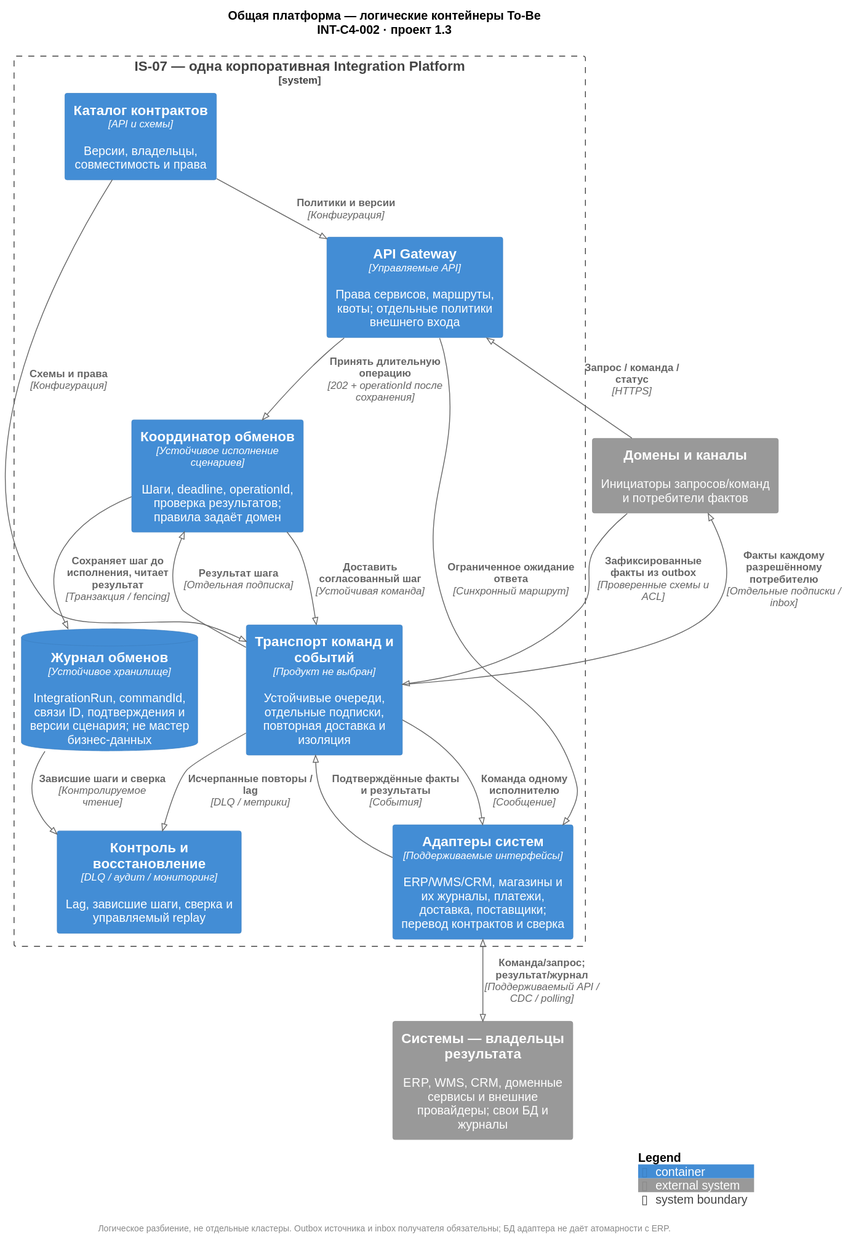
Earlier version of the PlantUML export 06_integration_architecture/diagrams/INT-C4-002-platform.svg (rsingatulin/hse_architecture).
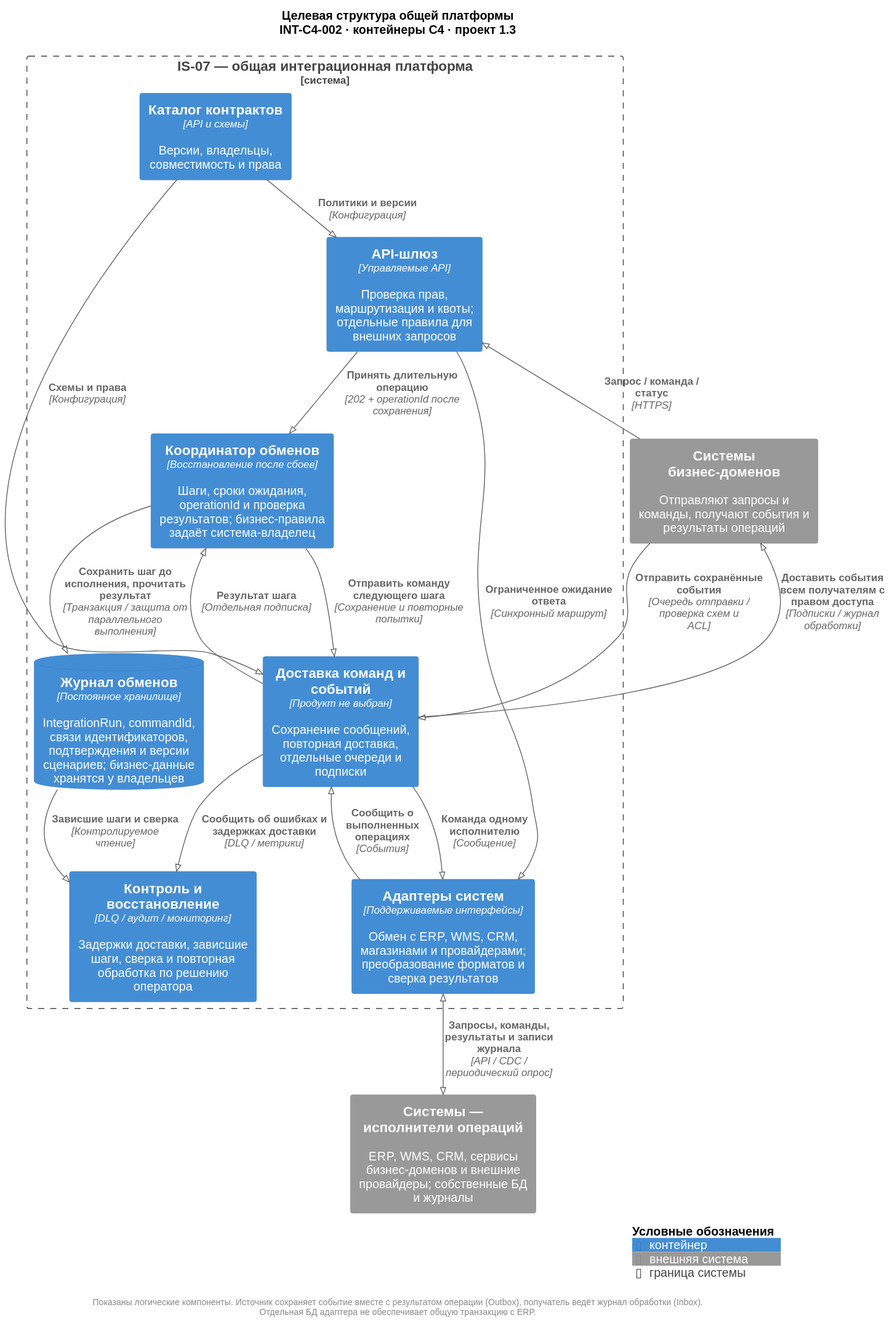
Later version of the same file.

What changed in the source:
```diff
@@ -1,36 +1,51 @@
 @startuml
 !pragma layout smetana
+!$LEGEND_TITLE_TEXT = "Условные обозначения"
+!$PERSON_LEGEND_TEXT = "пользователь"
+!$EXTERNAL_PERSON_LEGEND_TEXT = "внешний пользователь"
+!$SYSTEM_LEGEND_TEXT = "система"
+!$EXTERNAL_SYSTEM_LEGEND_TEXT = "внешняя система"
+!$SYSTEM_BOUNDARY_TYPE = "система"
+!$SYSTEM_BOUNDARY_LEGEND_TEXT = "граница системы"
+!$CONTAINER_LEGEND_TEXT = "контейнер"
+!$EXTERNAL_CONTAINER_LEGEND_TEXT = "внешний контейнер"
+!$CONTAINER_BOUNDARY_TYPE = "контейнер"
+!$CONTAINER_BOUNDARY_LEGEND_TEXT = "граница контейнера"
+!$LEGEND_BOUNDARY_DASHED_INCL_COMA = "пунктир, "
 !include <C4/C4_Container>
 LAYOUT_TOP_DOWN()
 skinparam defaultFontName Arial
 skinparam backgroundColor white
-title Общая платформа — логические контейнеры To-Be\nINT-C4-002 · проект 1.3
-System_Ext(caller, "Домены и каналы", "Инициаторы запросов/команд и потребители фактов")
-System_Boundary(ip, "IS-07 — одна корпоративная Integration Platform") {
- Container(gw, "API Gateway", "Управляемые API", "Права сервисов, маршруты, квоты; отдельные политики внешнего входа")
- Container(flow, "Координатор обменов", "Устойчивое исполнение сценариев", "Шаги, deadline, operationId, проверка результатов; правила задаёт домен")
- Container(bus, "Транспорт команд и событий", "Продукт не выбран", "Устойчивые очереди, отдельные подписки, повторная доставка и изоляция")
- Container(adapt, "Адаптеры систем", "Поддерживаемые интерфейсы", "ERP/WMS/CRM, магазины и их журналы, платежи, доставка, поставщики; перевод контрактов и сверка")
- ContainerDb(state, "Журнал обменов", "Устойчивое хранилище", "IntegrationRun, commandId, связи ID, подтверждения и версии сценария; не мастер бизнес-данных")
+title Целевая структура общей платформы\nINT-C4-002 · контейнеры C4 · проект 1.3
+System_Ext(caller, "Системы бизнес-доменов", "Отправляют запросы и команды, получают события и результаты операций")
+System_Boundary(ip, "IS-07 — общая интеграционная платформа") {
+ Container(gw, "API-шлюз", "Управляемые API", "Проверка прав, маршрутизация и квоты; отдельные правила для внешних запросов")
+ Container(flow, "Координатор обменов", "Восстановление после сбоев", "Шаги, сроки ожидания, operationId и проверка результатов; бизнес-правила задаёт система-владелец")
+ Container(bus, "Доставка команд и событий", "Продукт не выбран", "Сохранение сообщений, повторная доставка, отдельные очереди и подписки")
+ Container(adapt, "Адаптеры систем", "Поддерживаемые интерфейсы", "Обмен с ERP, WMS, CRM, магазинами и провайдерами; преобразование форматов и сверка результатов")
+ ContainerDb(state, "Журнал обменов", "Постоянное хранилище", "IntegrationRun, commandId, связи идентификаторов, подтверждения и версии сценариев; бизнес-данные хранятся у владельцев")
  Container(catalog, "Каталог контрактов", "API и схемы", "Версии, владельцы, совместимость и права")
- Container(ops, "Контроль и восстановление", "DLQ / аудит / мониторинг", "Lag, зависшие шаги, сверка и управляемый replay")
+ Container(ops, "Контроль и восстановление", "DLQ / аудит / мониторинг", "Задержки доставки, зависшие шаги, сверка и повторная обработка по решению оператора")
 }
-System_Ext(owner, "Системы — владельцы результата", "ERP, WMS, CRM, доменные сервисы и внешние провайдеры; свои БД и журналы")
+System_Ext(owner, "Системы — исполнители операций", "ERP, WMS, CRM, сервисы бизнес-доменов и внешние провайдеры; собственные БД и журналы")
 Rel(caller, gw, "Запрос / команда / статус", "HTTPS")
 Rel(gw, adapt, "Ограниченное ожидание ответа", "Синхронный маршрут")
 Rel(gw, flow, "Принять длительную операцию", "202 + operationId после сохранения")
-Rel(flow, state, "Сохраняет шаг до исполнения, читает результат", "Транзакция / fencing")
-Rel(flow, bus, "Доставить согласованный шаг", "Устойчивая команда")
+Rel(flow, state, "Сохранить шаг до исполнения, прочитать результат", "Транзакция / защита от параллельного выполнения")
+Rel(flow, bus, "Отправить команду следующего шага", "Сохранение и повторные попытки")
 Rel(bus, adapt, "Команда одному исполнителю", "Сообщение")
-BiRel(adapt, owner, "Команда/запрос; результат/журнал", "Поддерживаемый API / CDC / polling")
-Rel(adapt, bus, "Подтверждённые факты и результаты", "События")
+BiRel(adapt, owner, "Запросы, команды, результаты и записи журнала", "API / CDC / периодический опрос")
+Rel(adapt, bus, "Сообщить о выполненных операциях", "События")
 Rel(bus, flow, "Результат шага", "Отдельная подписка")
-Rel(bus, caller, "Факты каждому разрешённому потребителю", "Отдельные подписки / inbox")
-Rel(caller, bus, "Зафиксированные факты из outbox", "Проверенные схемы и ACL")
+Rel(bus, caller, "Доставить события всем получателям с правом доступа", "Подписки / журнал обработки")
+Rel(caller, bus, "Отправить сохранённые события", "Очередь отправки / проверка схем и ACL")
 Rel(catalog, gw, "Политики и версии", "Конфигурация")
 Rel(catalog, bus, "Схемы и права", "Конфигурация")
-Rel(bus, ops, "Исчерпанные повторы / lag", "DLQ / метрики")
+Rel(bus, ops, "Сообщить об ошибках и задержках доставки", "DLQ / метрики")
 Rel(state, ops, "Зависшие шаги и сверка", "Контролируемое чтение")
 SHOW_LEGEND()
-footer Логическое разбиение, не отдельные кластеры. Outbox источника и inbox получателя обязательны; БД адаптера не даёт атомарности с ERP.
+footer
+Показаны логические компоненты. Источник сохраняет событие вместе с результатом операции (Outbox), получатель ведёт журнал обработки (Inbox).
+Отдельная БД адаптера не обеспечивает общую транзакцию с ERP.
+end footer
 @enduml
```
